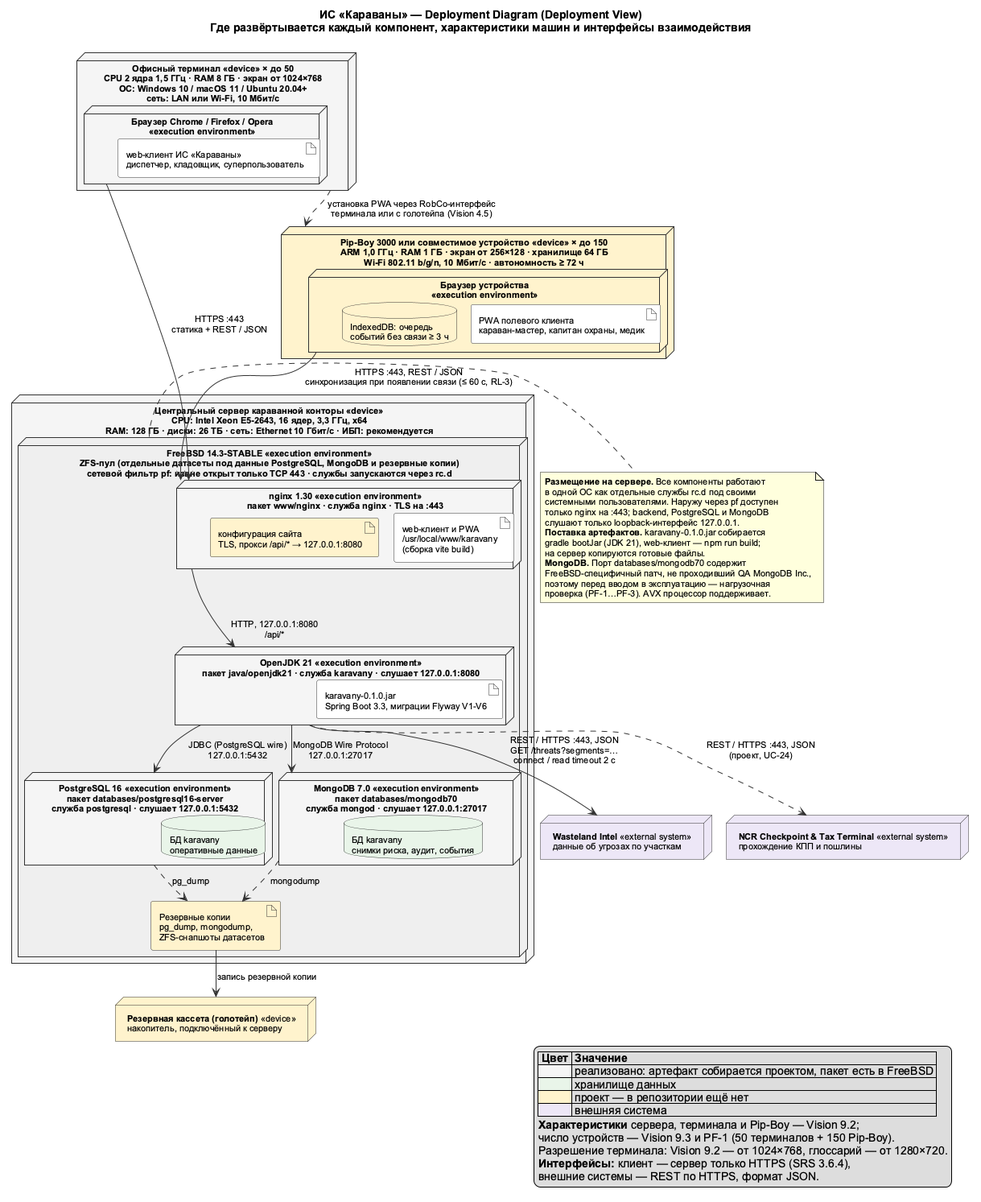
Above: docs/diagrams/out/DEP_DeploymentView.png in granikartem/MPI (PlantUML), before the change.
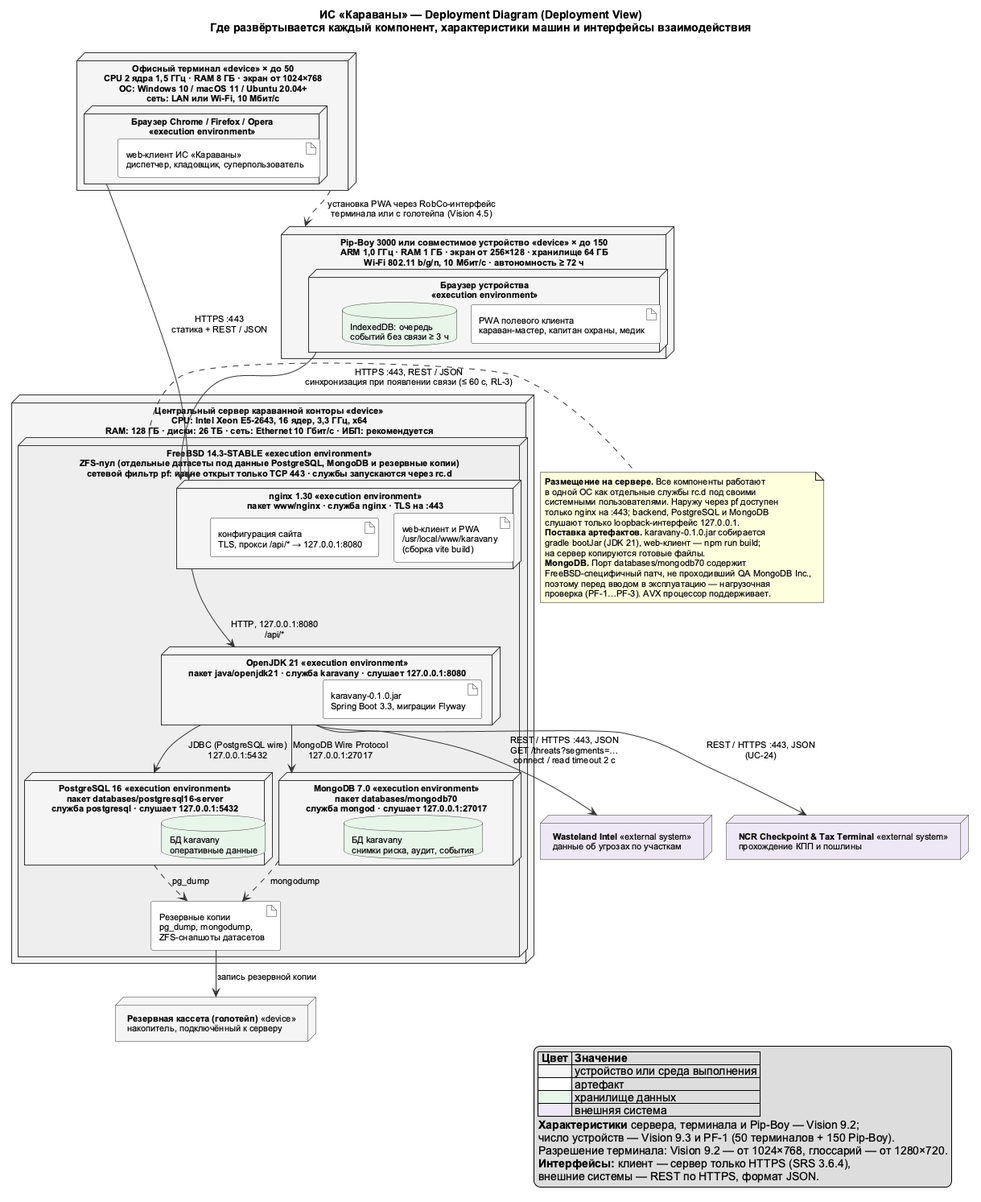
After the change.

Diff of the diagram source:
```diff
@@ -25,11 +25,11 @@
 
     node "**nginx 1.30** <<execution environment>>\nпакет www/nginx · служба nginx · TLS на :443" as NGINX {
       artifact "web-клиент и PWA\n/usr/local/www/karavany\n(сборка vite build)" as A_WEB
-      artifact "конфигурация сайта\nTLS, прокси /api/* → 127.0.0.1:8080" as A_NGINX_CONF #FFF2CC
+      artifact "конфигурация сайта\nTLS, прокси /api/* → 127.0.0.1:8080" as A_NGINX_CONF
     }
 
     node "**OpenJDK 21** <<execution environment>>\nпакет java/openjdk21 · служба karavany · слушает 127.0.0.1:8080" as JVM {
-      artifact "karavany-0.1.0.jar\nSpring Boot 3.3, миграции Flyway V1-V6" as A_JAR
+      artifact "karavany-0.1.0.jar\nSpring Boot 3.3, миграции Flyway" as A_JAR
     }
 
     node "**PostgreSQL 16** <<execution environment>>\nпакет databases/postgresql16-server\nслужба postgresql · слушает 127.0.0.1:5432" as PG {
@@ -40,11 +40,11 @@
       database "БД karavany\nснимки риска, аудит, события" as DB_MONGO
     }
 
-    artifact "Резервные копии\npg_dump, mongodump,\nZFS-снапшоты датасетов" as A_BACKUP #FFF2CC
+    artifact "Резервные копии\npg_dump, mongodump,\nZFS-снапшоты датасетов" as A_BACKUP
   }
 }
 
-node "**Резервная кассета (голотейп)** <<device>>\nнакопитель, подключённый к серверу" as HOLO #FFF2CC
+node "**Резервная кассета (голотейп)** <<device>>\nнакопитель, подключённый к серверу" as HOLO
 
 node "**Офисный терминал** <<device>> × до 50\nCPU 2 ядра 1,5 ГГц · RAM 8 ГБ · экран от 1024×768\nОС: Windows 10 / macOS 11 / Ubuntu 20.04+\nсеть: LAN или Wi-Fi, 10 Мбит/с" as TERM {
   node "Браузер Chrome / Firefox / Opera\n<<execution environment>>" as BROWSER {
@@ -52,10 +52,10 @@
   }
 }
 
-node "**Pip-Boy 3000 или совместимое устройство** <<device>> × до 150\nARM 1,0 ГГц · RAM 1 ГБ · экран от 256×128 · хранилище 64 ГБ\nWi-Fi 802.11 b/g/n, 10 Мбит/с · автономность ≥ 72 ч" as PIP #FFF2CC {
-  node "Браузер устройства\n<<execution environment>>" as PIP_BROWSER #FFF2CC {
+node "**Pip-Boy 3000 или совместимое устройство** <<device>> × до 150\nARM 1,0 ГГц · RAM 1 ГБ · экран от 256×128 · хранилище 64 ГБ\nWi-Fi 802.11 b/g/n, 10 Мбит/с · автономность ≥ 72 ч" as PIP {
+  node "Браузер устройства\n<<execution environment>>" as PIP_BROWSER {
     artifact "PWA полевого клиента\nкараван-мастер, капитан охраны, медик" as A_PWA
-    database "IndexedDB: очередь\nсобытий без связи ≥ 3 ч" as PIP_STORE #FFF2CC
+    database "IndexedDB: очередь\nсобытий без связи ≥ 3 ч" as PIP_STORE
   }
 }
 
@@ -68,7 +68,7 @@
 JVM --> PG : JDBC (PostgreSQL wire)\n127.0.0.1:5432
 JVM --> MONGO : MongoDB Wire Protocol\n127.0.0.1:27017
 JVM --> WI : REST / HTTPS :443, JSON\nGET /threats?segments=…\nconnect / read timeout 2 с
-JVM ..> NCR : REST / HTTPS :443, JSON\n(проект, UC-24)
+JVM --> NCR : REST / HTTPS :443, JSON\n(UC-24)
 PG ..> A_BACKUP : pg_dump
 MONGO ..> A_BACKUP : mongodump
 A_BACKUP --> HOLO : запись резервной копии
@@ -91,9 +91,9 @@
 
 legend right
   |= Цвет |= Значение |
-  | <#F5F5F5> | реализовано: артефакт собирается проектом, пакет есть в FreeBSD |
+  | <#F5F5F5> | устройство или среда выполнения |
+  | <#FFFFFF> | артефакт |
   | <#E8F5E9> | хранилище данных |
-  | <#FFF2CC> | проект — в репозитории ещё нет |
   | <#EDE7F6> | внешняя система |
   **Характеристики** сервера, терминала и Pip-Boy — Vision 9.2;
   число устройств — Vision 9.3 и PF-1 (50 терминалов + 150 Pip-Boy).
```
